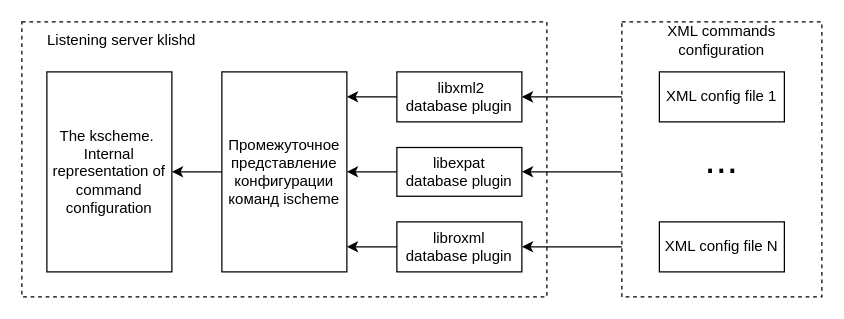
Above: docs/klish-plugin-db.en.drawio in distro-core-curated-mirrors/klish (draw.io), before the change. Source tidied: cells renumbered, new cells numbered last; positions are measured from the earlier drawing's top-left corner, leaving out a move shared by most shapes. Both pictures are drawn from the tidied source at 125%, with x=0, y=0 at pixel (21, 21).
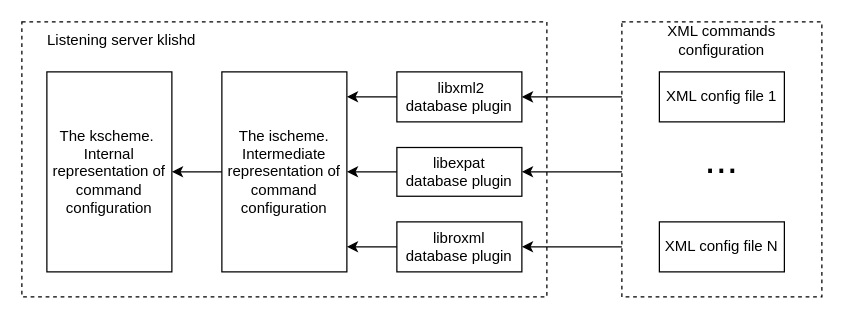
After the change.

What changed in the source:
```diff
@@
-    <mxCell id="5" value="Промежуточное представление конфигурации команд ischeme" style="whiteSpace=wrap;html=1;align=center;" parent="1" vertex="1">
+    <mxCell id="5" value="The ischeme.&lt;br&gt;Intermediate representation of command configuration" style="whiteSpace=wrap;html=1;align=center;" parent="1" vertex="1">
       <mxGeometry x="160" y="40" width="100" height="160" as="geometry" />
     </mxCell>
```
